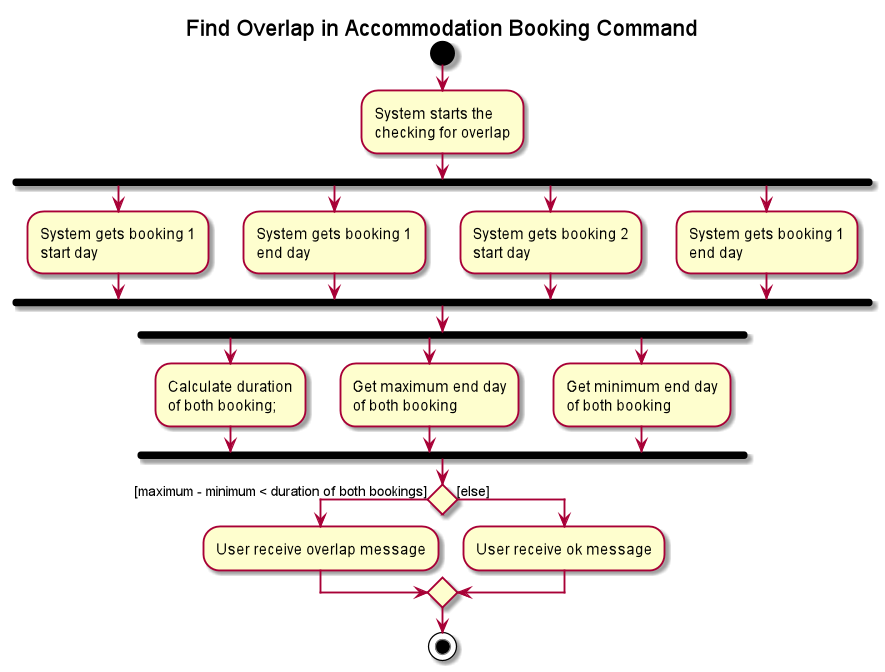
Earlier version of the PlantUML export docs/images/developer-guide/accommodation-booking/FindOverlapActivityDiagram.png (zenatrick/main). Its diagram source:
```plantuml
@startuml
title Find Overlap in Accommodation Booking Command

start

:System starts the
checking for overlap;

fork
    :System gets booking 1
    start day;
fork again
    :System gets booking 1
    end day;
fork again
    :System gets booking 2
    start day;
fork again
    :System gets booking 1
    end day;
end fork

fork
    :Calculate duration
    of both booking;
fork again
    :Get maximum end day
    of both booking;
fork again
    :Get minimum end day
    of both booking;
end fork

if () then ([maximum - minimum < duration of both bookings])

    :User receive overlap message;

else ([else])

    :User receive ok message;

endif

stop

@enduml
```
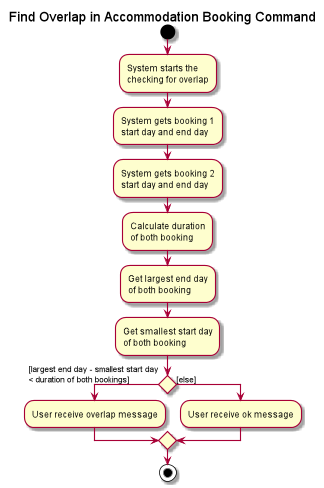
Later version of the same file.

Commit message:
Add diagram in dg check status

The edit, as a diff of the source:
```diff
@@ -6,32 +6,23 @@
 :System starts the
 checking for overlap;
 
-fork
-    :System gets booking 1
-    start day;
-fork again
-    :System gets booking 1
-    end day;
-fork again
-    :System gets booking 2
-    start day;
-fork again
-    :System gets booking 1
-    end day;
-end fork
+:System gets booking 1
+start day and end day;
 
-fork
-    :Calculate duration
-    of both booking;
-fork again
-    :Get maximum end day
-    of both booking;
-fork again
-    :Get minimum end day
-    of both booking;
-end fork
+:System gets booking 2
+start day and end day;
 
-if () then ([maximum - minimum < duration of both bookings])
+:Calculate duration
+of both booking;
+
+:Get largest end day
+of both booking;
+
+:Get smallest start day
+of both booking;
+
+if () then ([largest end day - smallest start day
+< duration of both bookings])
 
     :User receive overlap message;
 
@@ -42,5 +33,4 @@
 endif
 
 stop
-
 @enduml
```
